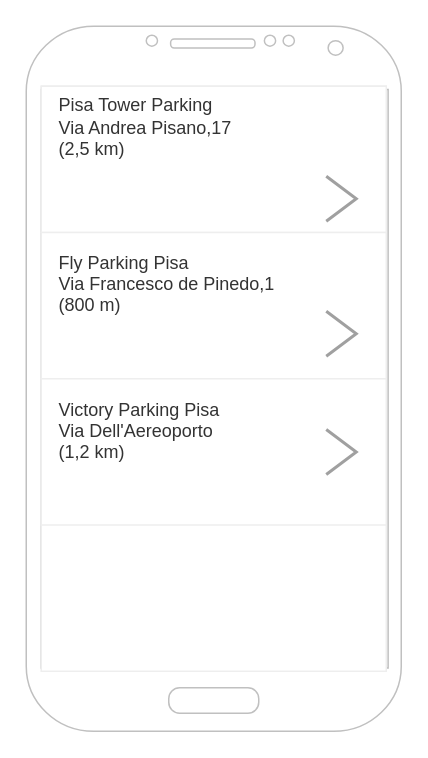
Before: Wireframe.drawio in atzorialex/2020-21-webdesign-verifica, a draw.io diagram. Source tidied: cells renumbered, new cells numbered last; positions are measured from the earlier drawing's top-left corner, leaving out a move shared by most shapes. Both pictures are drawn from the tidied source at 150%, with x=0, y=0 at pixel (26, 26).
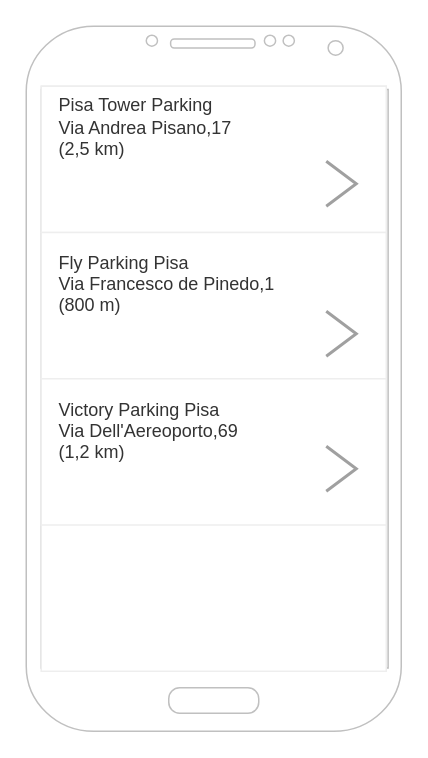
The same page after the edit.

What changed in the source:
```diff
@@
 <mxGraphModel>
   <root>
     <mxCell id="0" />
     <mxCell id="1" parent="0" />
     <mxCell id="2" style="verticalLabelPosition=bottom;verticalAlign=top;html=1;shadow=0;dashed=0;strokeWidth=1;shape=mxgraph.android.phone2;strokeColor=#c0c0c0;" parent="1" vertex="1">
       <mxGeometry width="250" height="470" as="geometry" />
     </mxCell>
     <mxCell id="3" style="strokeWidth=1;html=1;shadow=0;dashed=0;shape=mxgraph.android.rrect;rSize=0;strokeColor=#eeeeee;fillColor=#ffffff;gradientColor=none;" parent="1" vertex="1">
       <mxGeometry x="10" y="40" width="230" height="390" as="geometry" />
     </mxCell>
     <mxCell id="4" value="&lt;span style=&quot;font-size: 12px&quot;&gt;Pisa Tower Parking&lt;br&gt;Via Andrea Pisano,17&lt;br&gt;(2,5 km)&lt;br&gt;&lt;br&gt;&lt;br&gt;&lt;br&gt;&lt;/span&gt;" style="strokeColor=inherit;fillColor=inherit;gradientColor=inherit;strokeWidth=1;html=1;shadow=0;dashed=0;shape=mxgraph.android.rrect;rSize=0;align=left;spacingLeft=10;fontSize=8;fontColor=#333333;" parent="3" vertex="1">
       <mxGeometry width="230" height="97.5" as="geometry" />
     </mxCell>
     <mxCell id="5" value="&lt;font style=&quot;font-size: 12px&quot;&gt;Fly Parking Pisa&lt;br&gt;Via Francesco de Pinedo,1&lt;br&gt;(800 m)&lt;br&gt;&lt;br&gt;&lt;br&gt;&lt;/font&gt;" style="strokeColor=inherit;fillColor=inherit;gradientColor=inherit;strokeWidth=1;html=1;shadow=0;dashed=0;shape=mxgraph.android.rrect;rSize=0;align=left;spacingLeft=10;fontSize=8;fontColor=#333333;" parent="3" vertex="1">
       <mxGeometry y="97.5" width="230" height="97.5" as="geometry" />
     </mxCell>
     <mxCell id="6" style="html=1;verticalLabelPosition=bottom;labelBackgroundColor=#ffffff;verticalAlign=top;shadow=0;dashed=0;strokeWidth=2;shape=mxgraph.ios7.misc.more;strokeColor=#a0a0a0;" parent="3" vertex="1">
-      <mxGeometry x="190" y="60" width="20" height="30" as="geometry" />
+      <mxGeometry x="190" y="50" width="20" height="30" as="geometry" />
     </mxCell>
     <mxCell id="7" style="html=1;verticalLabelPosition=bottom;labelBackgroundColor=#ffffff;verticalAlign=top;shadow=0;dashed=0;strokeWidth=2;shape=mxgraph.ios7.misc.more;strokeColor=#a0a0a0;" parent="3" vertex="1">
       <mxGeometry x="190" y="150" width="20" height="30" as="geometry" />
     </mxCell>
-    <mxCell id="8" value="&lt;font style=&quot;font-size: 12px&quot;&gt;Victory Parking Pisa&lt;br&gt;Via Dell'Aereoporto&lt;br&gt;(1,2 km)&lt;br&gt;&lt;br&gt;&lt;br&gt;&lt;/font&gt;" style="strokeColor=inherit;fillColor=inherit;gradientColor=inherit;strokeWidth=1;html=1;shadow=0;dashed=0;shape=mxgraph.android.rrect;rSize=0;align=left;spacingLeft=10;fontSize=8;fontColor=#333333;" parent="3" vertex="1">
+    <mxCell id="8" value="&lt;font style=&quot;font-size: 12px&quot;&gt;Victory Parking Pisa&lt;br&gt;Via Dell'Aereoporto,69&lt;br&gt;(1,2 km)&lt;br&gt;&lt;br&gt;&lt;br&gt;&lt;/font&gt;" style="strokeColor=inherit;fillColor=inherit;gradientColor=inherit;strokeWidth=1;html=1;shadow=0;dashed=0;shape=mxgraph.android.rrect;rSize=0;align=left;spacingLeft=10;fontSize=8;fontColor=#333333;" parent="3" vertex="1">
       <mxGeometry y="195" width="230" height="97.5" as="geometry" />
     </mxCell>
     <mxCell id="9" style="html=1;verticalLabelPosition=bottom;labelBackgroundColor=#ffffff;verticalAlign=top;shadow=0;dashed=0;strokeWidth=2;shape=mxgraph.ios7.misc.more;strokeColor=#a0a0a0;" parent="3" vertex="1">
-      <mxGeometry x="190" y="228.8" width="20" height="30" as="geometry" />
+      <mxGeometry x="190" y="240" width="20" height="30" as="geometry" />
     </mxCell>
   </root>
 </mxGraphModel>
```
